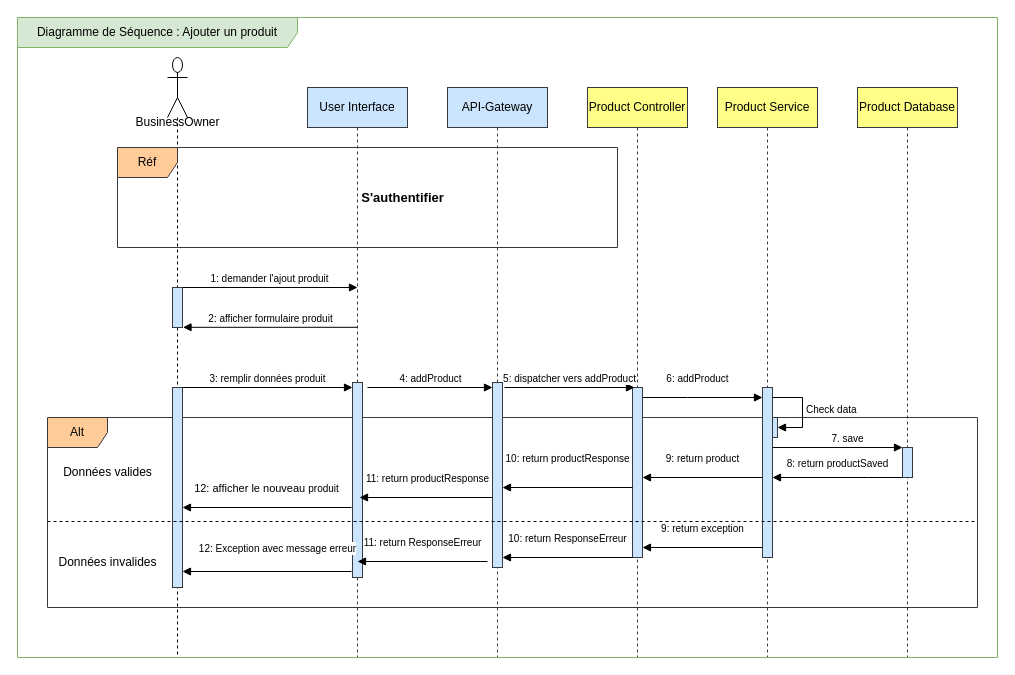
Earlier version of the draw.io diagram ajouter-produit.drawio (amine-elarass49/angular_doc). Source tidied: cells renumbered, new cells numbered last; positions are measured from the earlier drawing's top-left corner, leaving out a move shared by most shapes. Both pictures are drawn from the tidied source at 100%, with x=0, y=0 at pixel (17, 17).
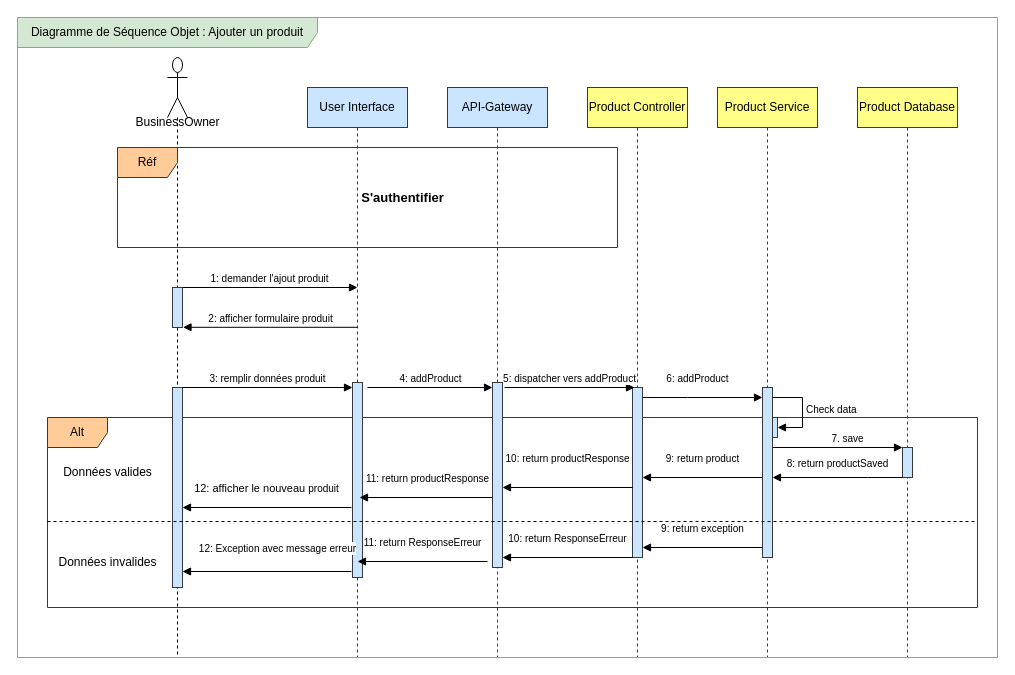
Above is the later version.

Diff of the diagram source:
```diff
@@
-    <mxCell id="40" value="Diagramme de Séquence : Ajouter un produit" style="shape=umlFrame;whiteSpace=wrap;html=1;width=280;height=30;fillColor=#d5e8d4;strokeColor=#82b366;" parent="1" vertex="1">
+    <mxCell id="40" value="Diagramme de Séquence Objet : Ajouter un produit" style="shape=umlFrame;whiteSpace=wrap;html=1;width=300;height=30;fillColor=#d5e8d4;strokeColor=#82b366;" parent="1" vertex="1">
       <mxGeometry width="980" height="640" as="geometry" />
     </mxCell>
```
